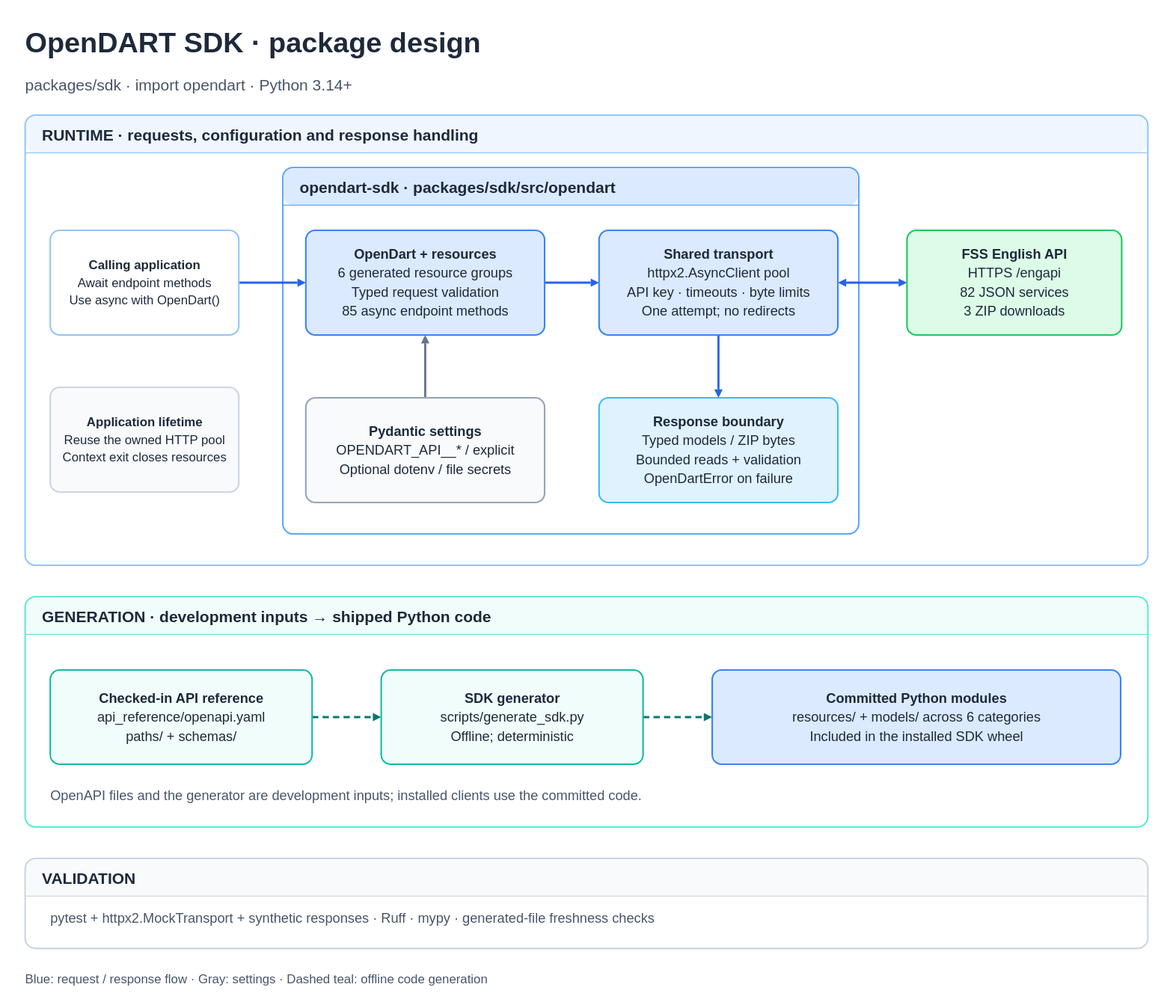
This is packages/sdk/docs/architecture.svg from orestxherija/opendart, a draw.io export, as it was before one commit. Source tidied: cells renumbered, new cells last; positions are measured from the earlier drawing's top-left corner, leaving out a move shared by most shapes. Its diagram source:
```xml
<mxGraphModel background="#ffffff">
  <root>
    <mxCell id="0" />
    <mxCell id="1" parent="0" />
    <mxCell id="2" value="OpenDART SDK · package design" style="rounded=1;whiteSpace=wrap;html=1;fontFamily=Arial;fontSize=27;fontColor=#1e293b;strokeWidth=1.5;spacing=12;fillColor=#ffffff;strokeColor=#cbd5e1;fillColor=none;strokeColor=none;align=left;spacing=0;fontStyle=1;" parent="1" vertex="1">
      <mxGeometry width="1072" height="38" as="geometry" />
    </mxCell>
    <mxCell id="3" value="packages/sdk · import opendart · Python 3.14+" style="rounded=1;whiteSpace=wrap;html=1;fontFamily=Arial;fontSize=15;fontColor=#1e293b;strokeWidth=1.5;spacing=12;fillColor=#ffffff;strokeColor=#cbd5e1;fillColor=none;strokeColor=none;align=left;spacing=0;" parent="1" vertex="1">
      <mxGeometry y="46" width="1072" height="26" as="geometry" />
    </mxCell>
    <mxCell id="4" value="RUNTIME · requests, configuration and response handling" style="rounded=1;whiteSpace=wrap;html=1;fontFamily=Arial;fontSize=15;fontColor=#1e293b;strokeWidth=1.5;spacing=12;fillColor=#eff6ff;strokeColor=#93c5fd;shape=swimlane;startSize=36;horizontal=1;align=left;spacingLeft=16;fontStyle=1;swimlaneFillColor=#ffffff;" parent="1" vertex="1">
      <mxGeometry y="88" width="1072" height="430" as="geometry" />
    </mxCell>
    <mxCell id="5" value="opendart-sdk · packages/sdk/src/opendart" style="rounded=1;whiteSpace=wrap;html=1;fontFamily=Arial;fontSize=15;fontColor=#1e293b;strokeWidth=1.5;spacing=12;fillColor=#dbeafe;strokeColor=#60a5fa;shape=swimlane;startSize=36;horizontal=1;align=left;spacingLeft=16;fontStyle=1;swimlaneFillColor=#ffffff;" parent="4" vertex="1">
      <mxGeometry x="246" y="50" width="550" height="350" as="geometry" />
    </mxCell>
    <mxCell id="6" value="&lt;b&gt;Calling application&lt;/b&gt;&lt;br&gt;Await endpoint methods&lt;br&gt;Use async with OpenDart()" style="rounded=1;whiteSpace=wrap;html=1;fontFamily=Arial;fontSize=12;fontColor=#1e293b;strokeWidth=1.5;spacing=12;fillColor=#ffffff;strokeColor=#93c5fd;" parent="4" vertex="1">
      <mxGeometry x="24" y="110" width="180" height="100" as="geometry" />
    </mxCell>
    <mxCell id="7" value="&lt;b&gt;OpenDart + resources&lt;/b&gt;&lt;br&gt;6 generated resource groups&lt;br&gt;Typed request validation&lt;br&gt;85 async endpoint methods" style="rounded=1;whiteSpace=wrap;html=1;fontFamily=Arial;fontSize=13;fontColor=#1e293b;strokeWidth=1.5;spacing=12;fillColor=#dbeafe;strokeColor=#3b82f6;" parent="5" vertex="1">
      <mxGeometry x="22" y="60" width="228" height="100" as="geometry" />
    </mxCell>
    <mxCell id="8" value="&lt;b&gt;Shared transport&lt;/b&gt;&lt;br&gt;httpx2.AsyncClient pool&lt;br&gt;API key · timeouts · byte limits&lt;br&gt;One attempt; no redirects" style="rounded=1;whiteSpace=wrap;html=1;fontFamily=Arial;fontSize=13;fontColor=#1e293b;strokeWidth=1.5;spacing=12;fillColor=#dbeafe;strokeColor=#3b82f6;" parent="5" vertex="1">
      <mxGeometry x="302" y="60" width="228" height="100" as="geometry" />
    </mxCell>
    <mxCell id="9" value="&lt;b&gt;FSS English API&lt;/b&gt;&lt;br&gt;HTTPS /engapi&lt;br&gt;82 JSON services&lt;br&gt;3 ZIP downloads" style="rounded=1;whiteSpace=wrap;html=1;fontFamily=Arial;fontSize=13;fontColor=#1e293b;strokeWidth=1.5;spacing=12;fillColor=#dcfce7;strokeColor=#22c55e;" parent="4" vertex="1">
      <mxGeometry x="842" y="110" width="205" height="100" as="geometry" />
    </mxCell>
    <mxCell id="10" value="&lt;b&gt;Pydantic settings&lt;/b&gt;&lt;br&gt;OPENDART_API__* / explicit&lt;br&gt;Optional dotenv / file secrets" style="rounded=1;whiteSpace=wrap;html=1;fontFamily=Arial;fontSize=13;fontColor=#1e293b;strokeWidth=1.5;spacing=12;fillColor=#f8fafc;strokeColor=#94a3b8;" parent="5" vertex="1">
      <mxGeometry x="22" y="220" width="228" height="100" as="geometry" />
    </mxCell>
    <mxCell id="11" value="&lt;b&gt;Response boundary&lt;/b&gt;&lt;br&gt;Typed models / ZIP bytes&lt;br&gt;Bounded reads + validation&lt;br&gt;OpenDartError on failure" style="rounded=1;whiteSpace=wrap;html=1;fontFamily=Arial;fontSize=13;fontColor=#1e293b;strokeWidth=1.5;spacing=12;fillColor=#e0f2fe;strokeColor=#38bdf8;" parent="5" vertex="1">
      <mxGeometry x="302" y="220" width="228" height="100" as="geometry" />
    </mxCell>
    <mxCell id="12" value="&lt;b&gt;Application lifetime&lt;/b&gt;&lt;br&gt;Reuse the owned HTTP pool&lt;br&gt;Context exit closes resources" style="rounded=1;whiteSpace=wrap;html=1;fontFamily=Arial;fontSize=12;fontColor=#1e293b;strokeWidth=1.5;spacing=12;fillColor=#f8fafc;strokeColor=#cbd5e1;" parent="4" vertex="1">
      <mxGeometry x="24" y="260" width="180" height="100" as="geometry" />
    </mxCell>
    <mxCell id="13" value="GENERATION · development inputs → shipped Python code" style="rounded=1;whiteSpace=wrap;html=1;fontFamily=Arial;fontSize=15;fontColor=#1e293b;strokeWidth=1.5;spacing=12;fillColor=#f0fdfa;strokeColor=#5eead4;shape=swimlane;startSize=36;horizontal=1;align=left;spacingLeft=16;fontStyle=1;swimlaneFillColor=#ffffff;" parent="1" vertex="1">
      <mxGeometry y="548" width="1072" height="220" as="geometry" />
    </mxCell>
    <mxCell id="14" value="&lt;b&gt;Checked-in API reference&lt;/b&gt;&lt;br&gt;api_reference/openapi.yaml&lt;br&gt;paths/ + schemas/" style="rounded=1;whiteSpace=wrap;html=1;fontFamily=Arial;fontSize=13;fontColor=#1e293b;strokeWidth=1.5;spacing=12;fillColor=#f0fdfa;strokeColor=#14b8a6;" parent="13" vertex="1">
      <mxGeometry x="24" y="70" width="250" height="90" as="geometry" />
    </mxCell>
    <mxCell id="15" value="&lt;b&gt;SDK generator&lt;/b&gt;&lt;br&gt;scripts/generate_sdk.py&lt;br&gt;Offline; deterministic" style="rounded=1;whiteSpace=wrap;html=1;fontFamily=Arial;fontSize=13;fontColor=#1e293b;strokeWidth=1.5;spacing=12;fillColor=#f0fdfa;strokeColor=#14b8a6;" parent="13" vertex="1">
      <mxGeometry x="340" y="70" width="250" height="90" as="geometry" />
    </mxCell>
    <mxCell id="16" value="&lt;b&gt;Committed Python modules&lt;/b&gt;&lt;br&gt;resources/ + models/ across 6 categories&lt;br&gt;Included in the installed SDK wheel" style="rounded=1;whiteSpace=wrap;html=1;fontFamily=Arial;fontSize=13;fontColor=#1e293b;strokeWidth=1.5;spacing=12;fillColor=#dbeafe;strokeColor=#3b82f6;" parent="13" vertex="1">
      <mxGeometry x="656" y="70" width="390" height="90" as="geometry" />
    </mxCell>
    <mxCell id="17" value="OpenAPI files and the generator are development inputs; installed clients use the committed code." style="rounded=1;whiteSpace=wrap;html=1;fontFamily=Arial;fontSize=13;fontColor=#1e293b;strokeWidth=1.5;spacing=12;fillColor=#ffffff;strokeColor=#cbd5e1;fillColor=none;strokeColor=none;align=left;spacing=0;" parent="13" vertex="1">
      <mxGeometry x="24" y="178" width="1024" height="24" as="geometry" />
    </mxCell>
    <mxCell id="18" value="VALIDATION" style="rounded=1;whiteSpace=wrap;html=1;fontFamily=Arial;fontSize=15;fontColor=#1e293b;strokeWidth=1.5;spacing=12;fillColor=#f8fafc;strokeColor=#cbd5e1;shape=swimlane;startSize=36;horizontal=1;align=left;spacingLeft=16;fontStyle=1;swimlaneFillColor=#ffffff;" parent="1" vertex="1">
      <mxGeometry y="798" width="1072" height="86" as="geometry" />
    </mxCell>
    <mxCell id="19" value="pytest + httpx2.MockTransport + synthetic responses · Ruff · mypy · generated-file freshness checks" style="rounded=1;whiteSpace=wrap;html=1;fontFamily=Arial;fontSize=13;fontColor=#1e293b;strokeWidth=1.5;spacing=12;fillColor=#ffffff;strokeColor=#cbd5e1;fillColor=none;strokeColor=none;align=left;spacing=0;" parent="18" vertex="1">
      <mxGeometry x="24" y="45" width="1024" height="24" as="geometry" />
    </mxCell>
    <mxCell id="20" value="Blue: request / response flow · Gray: settings · Dashed teal: offline code generation" style="rounded=1;whiteSpace=wrap;html=1;fontFamily=Arial;fontSize=12;fontColor=#1e293b;strokeWidth=1.5;spacing=12;fillColor=#ffffff;strokeColor=#cbd5e1;fillColor=none;strokeColor=none;align=left;spacing=0;" parent="1" vertex="1">
      <mxGeometry y="902" width="1072" height="22" as="geometry" />
    </mxCell>
    <mxCell id="21" style="edgeStyle=orthogonalEdgeStyle;rounded=1;html=1;strokeWidth=2;strokeColor=#2563eb;endArrow=block;endFill=1;exitX=1;exitY=0.5;entryX=0;entryY=0.5;exitPerimeter=0;entryPerimeter=0;defaultLabelBackgroundColor=gap;" parent="4" edge="1" source="6" target="7">
      <mxGeometry relative="1" as="geometry" />
    </mxCell>
    <mxCell id="22" style="edgeStyle=orthogonalEdgeStyle;rounded=1;html=1;strokeWidth=2;strokeColor=#2563eb;endArrow=block;endFill=1;exitX=1;exitY=0.5;entryX=0;entryY=0.5;exitPerimeter=0;entryPerimeter=0;defaultLabelBackgroundColor=gap;" parent="5" edge="1" source="7" target="8">
      <mxGeometry relative="1" as="geometry" />
    </mxCell>
    <mxCell id="23" style="edgeStyle=orthogonalEdgeStyle;rounded=1;html=1;strokeWidth=2;strokeColor=#2563eb;endArrow=block;endFill=1;exitX=1;exitY=0.5;entryX=0;entryY=0.5;exitPerimeter=0;entryPerimeter=0;defaultLabelBackgroundColor=gap;startArrow=block;startFill=1;" parent="4" edge="1" source="8" target="9">
      <mxGeometry relative="1" as="geometry" />
    </mxCell>
    <mxCell id="24" style="edgeStyle=orthogonalEdgeStyle;rounded=1;html=1;strokeWidth=2;strokeColor=#2563eb;endArrow=block;endFill=1;exitX=0.5;exitY=1;entryX=0.5;entryY=0;exitPerimeter=0;entryPerimeter=0;defaultLabelBackgroundColor=gap;" parent="5" edge="1" source="8" target="11">
      <mxGeometry relative="1" as="geometry" />
    </mxCell>
    <mxCell id="25" style="edgeStyle=orthogonalEdgeStyle;rounded=1;html=1;strokeWidth=2;strokeColor=#64748b;endArrow=block;endFill=1;exitX=0.5;exitY=0;entryX=0.5;entryY=1;exitPerimeter=0;entryPerimeter=0;defaultLabelBackgroundColor=gap;" parent="5" edge="1" source="10" target="7">
      <mxGeometry relative="1" as="geometry" />
    </mxCell>
    <mxCell id="26" style="edgeStyle=orthogonalEdgeStyle;rounded=1;html=1;strokeWidth=2;strokeColor=#0f766e;endArrow=block;endFill=1;exitX=1;exitY=0.5;entryX=0;entryY=0.5;exitPerimeter=0;entryPerimeter=0;defaultLabelBackgroundColor=gap;dashed=1;dashPattern=6 4;" parent="13" edge="1" source="14" target="15">
      <mxGeometry relative="1" as="geometry" />
    </mxCell>
    <mxCell id="27" style="edgeStyle=orthogonalEdgeStyle;rounded=1;html=1;strokeWidth=2;strokeColor=#0f766e;endArrow=block;endFill=1;exitX=1;exitY=0.5;entryX=0;entryY=0.5;exitPerimeter=0;entryPerimeter=0;defaultLabelBackgroundColor=gap;dashed=1;dashPattern=6 4;" parent="13" edge="1" source="15" target="16">
      <mxGeometry relative="1" as="geometry" />
    </mxCell>
  </root>
</mxGraphModel>
```
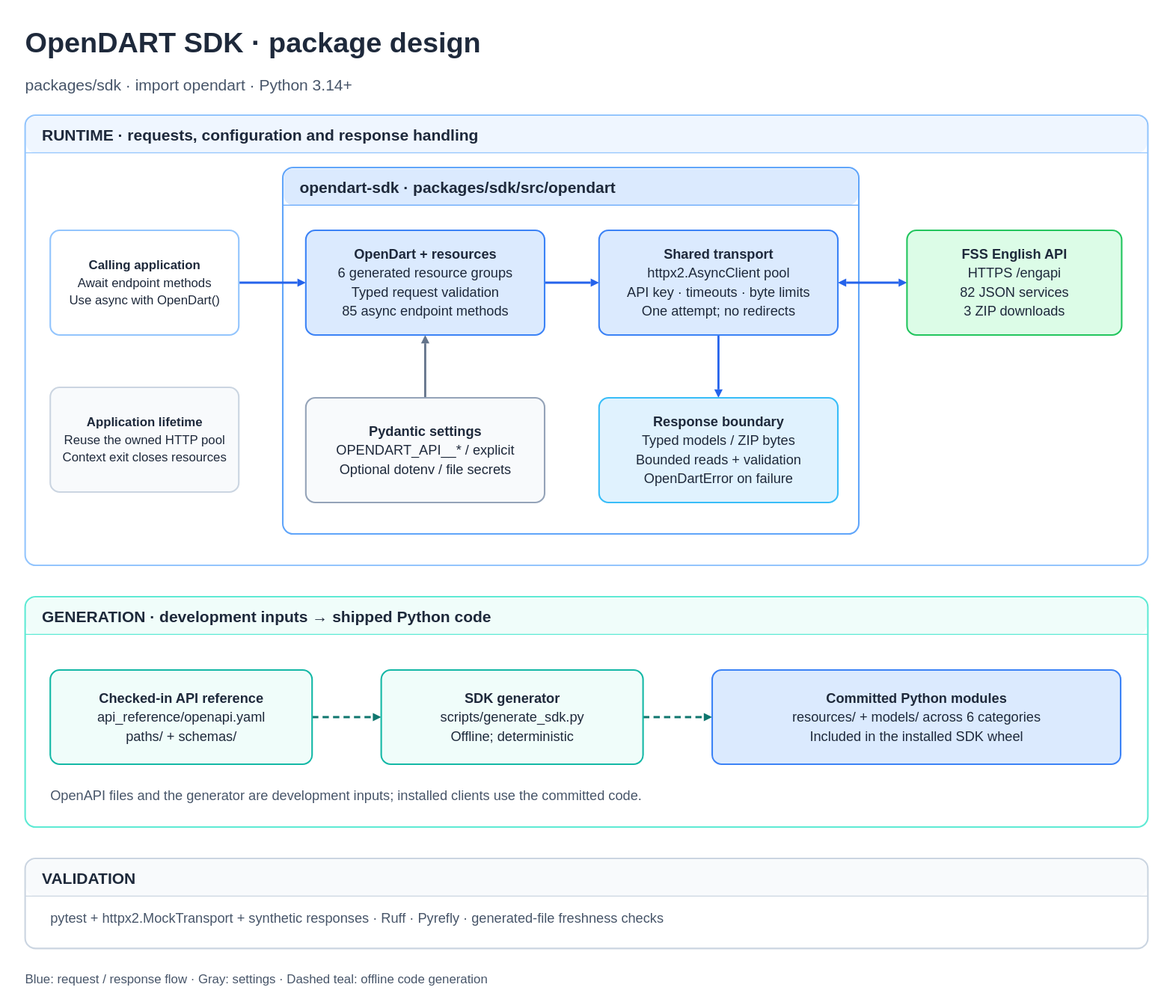
The same file after the commit.

Change to the diagram source:
```diff
@@ -53,7 +53,7 @@
     <mxCell id="18" value="VALIDATION" style="rounded=1;whiteSpace=wrap;html=1;fontFamily=Arial;fontSize=15;fontColor=#1e293b;strokeWidth=1.5;spacing=12;fillColor=#f8fafc;strokeColor=#cbd5e1;shape=swimlane;startSize=36;horizontal=1;align=left;spacingLeft=16;fontStyle=1;swimlaneFillColor=#ffffff;" parent="1" vertex="1">
       <mxGeometry y="798" width="1072" height="86" as="geometry" />
     </mxCell>
-    <mxCell id="19" value="pytest + httpx2.MockTransport + synthetic responses · Ruff · mypy · generated-file freshness checks" style="rounded=1;whiteSpace=wrap;html=1;fontFamily=Arial;fontSize=13;fontColor=#1e293b;strokeWidth=1.5;spacing=12;fillColor=#ffffff;strokeColor=#cbd5e1;fillColor=none;strokeColor=none;align=left;spacing=0;" parent="18" vertex="1">
+    <mxCell id="19" value="pytest + httpx2.MockTransport + synthetic responses · Ruff · Pyrefly · generated-file freshness checks" style="rounded=1;whiteSpace=wrap;html=1;fontFamily=Arial;fontSize=13;fontColor=#1e293b;strokeWidth=1.5;spacing=12;fillColor=#ffffff;strokeColor=#cbd5e1;fillColor=none;strokeColor=none;align=left;spacing=0;" parent="18" vertex="1">
       <mxGeometry x="24" y="45" width="1024" height="24" as="geometry" />
     </mxCell>
     <mxCell id="20" value="Blue: request / response flow · Gray: settings · Dashed teal: offline code generation" style="rounded=1;whiteSpace=wrap;html=1;fontFamily=Arial;fontSize=12;fontColor=#1e293b;strokeWidth=1.5;spacing=12;fillColor=#ffffff;strokeColor=#cbd5e1;fillColor=none;strokeColor=none;align=left;spacing=0;" parent="1" vertex="1">
```
